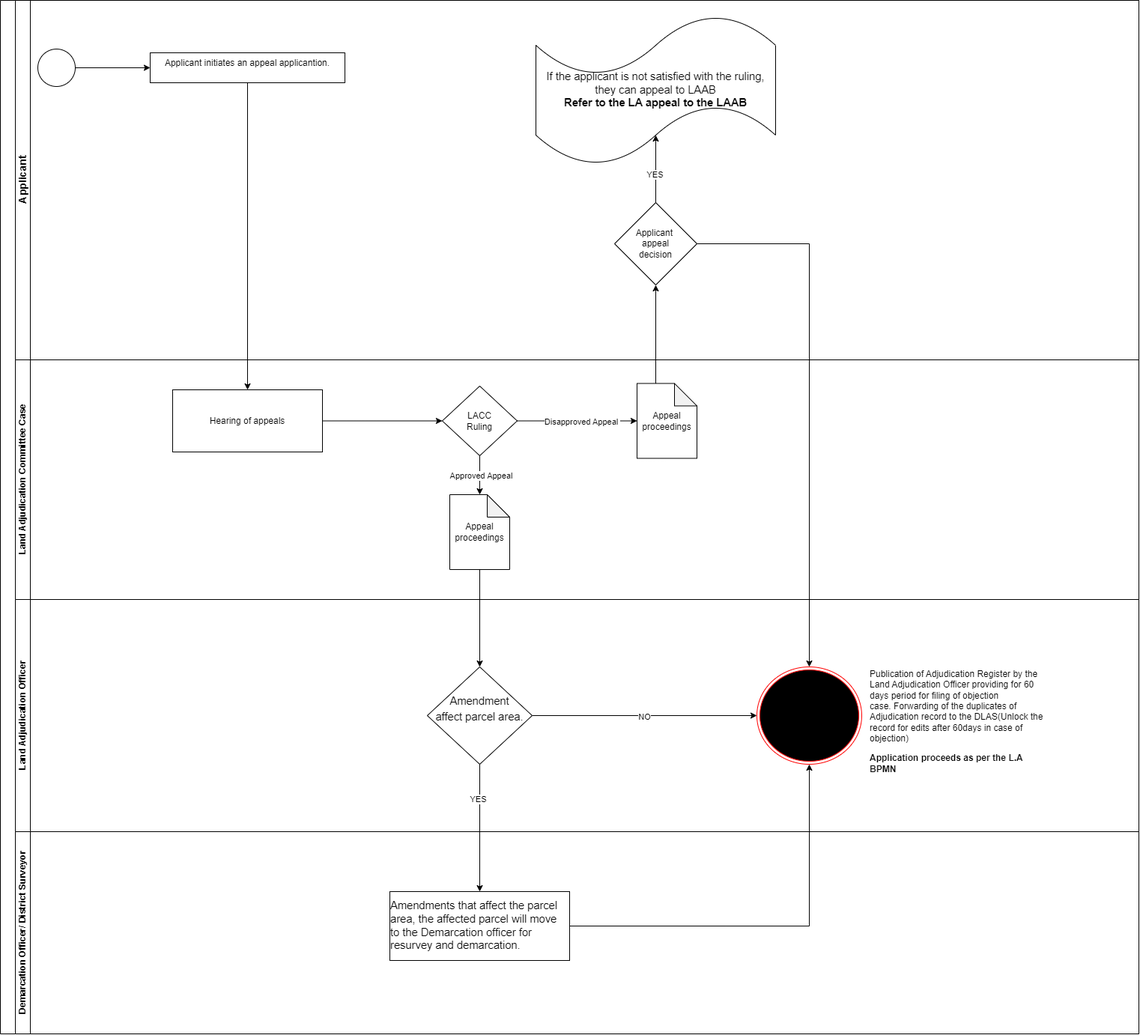
Earlier version of the draw.io export Land Adjudication Appeal to the LACC.drawio.png (geoprojectke/BPMN). Source tidied: cells renumbered, new cells last; positions are measured from the earlier drawing's top-left corner, leaving out a move shared by most shapes.
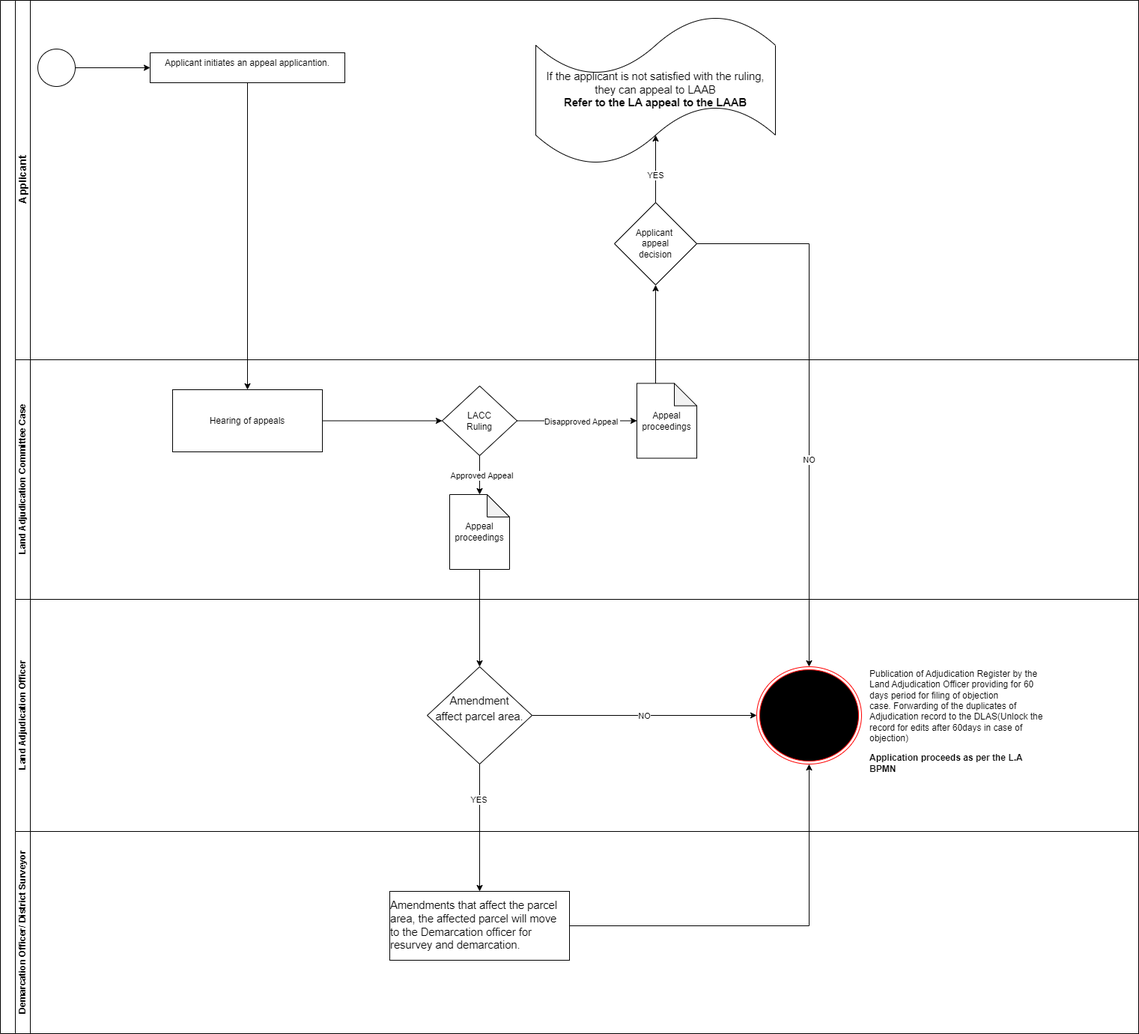
The same diagram one commit later.

Diff of the diagram source:
```diff
@@ -117,5 +117,8 @@
     <mxCell id="38" style="edgeStyle=orthogonalEdgeStyle;rounded=0;jettySize=auto;html=1;exitX=1;exitY=0.5;exitDx=0;exitDy=0;entryX=0.5;entryY=0;entryDx=0;entryDy=0;" parent="2" edge="1" source="8" target="27">
       <mxGeometry relative="1" as="geometry" />
     </mxCell>
+    <mxCell id="39" value="NO" style="edgeLabel;html=1;align=center;verticalAlign=middle;" parent="38" vertex="1">
+      <mxGeometry x="0.23" y="-1" relative="1" as="geometry" />
+    </mxCell>
   </root>
 </mxGraphModel>
```
